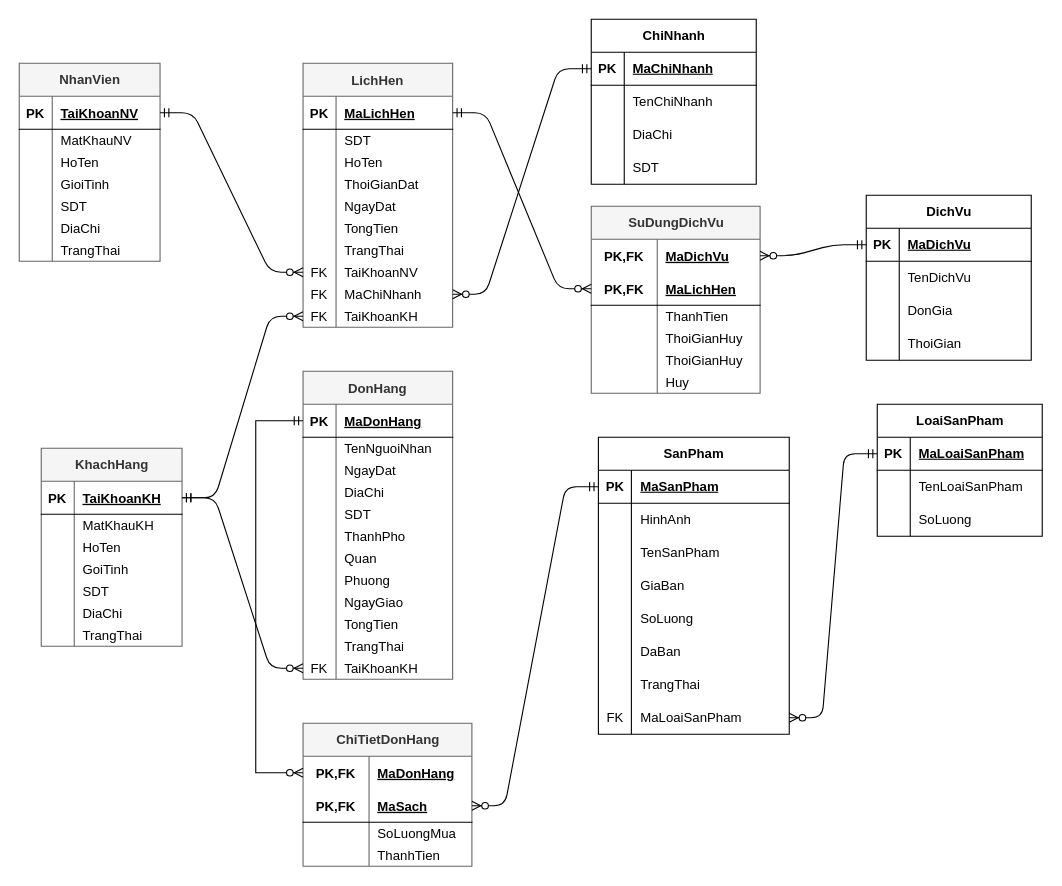
Above: ERD/ERD_Babershop.drawio in phanvandinh99/BarberShop (draw.io), before the change. Source tidied: cells renumbered, new cells numbered last; positions are measured from the earlier drawing's top-left corner, leaving out a move shared by most shapes. Both pictures are drawn from the tidied source at 110%, with x=0, y=0 at pixel (19, 19).
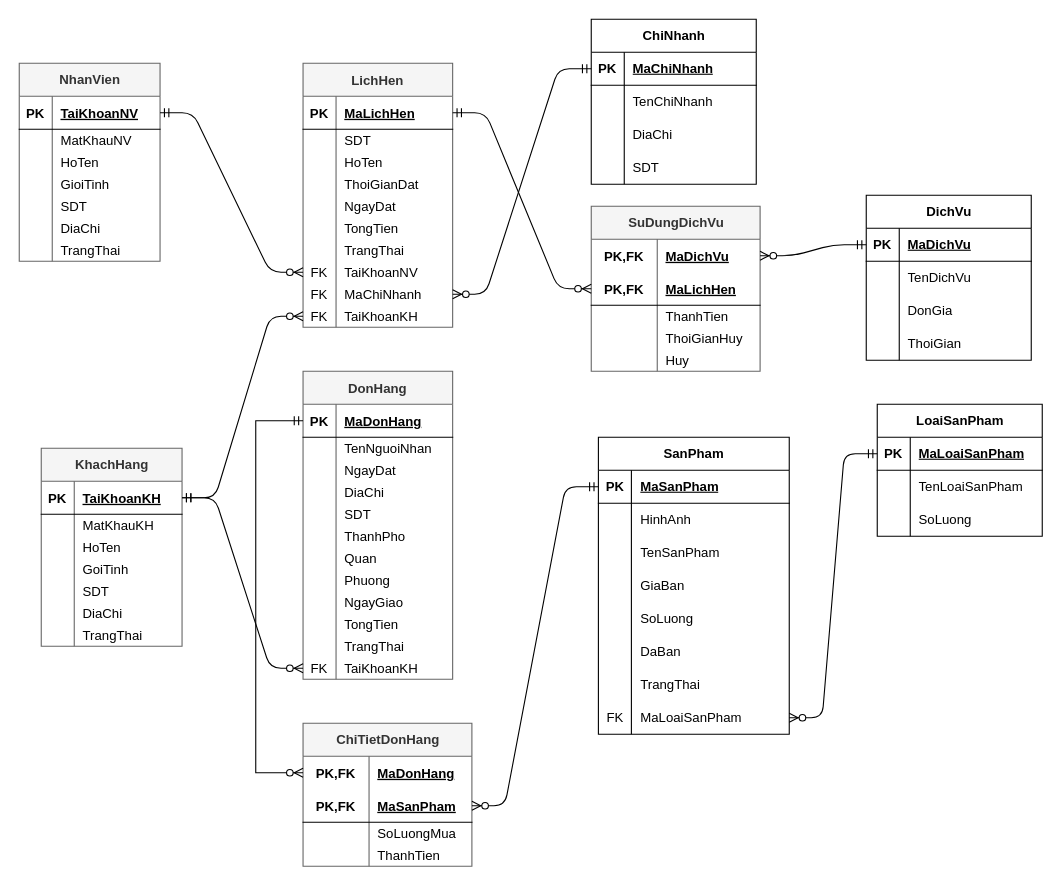
Above is the later version.

The change refers to these unchanged cells:
```xml
<mxCell id="63" style="shape=partialRectangle;fillColor=none;top=0;left=0;bottom=1;right=0;points=[[0,0.5],[1,0.5]];portConstraint=eastwest;" parent="59" vertex="1">
  <mxGeometry y="60" width="153.5" height="30" as="geometry" />
</mxCell>
```

The edit, as a diff of the source:
```diff
@@
-    <mxCell id="65" value="MaSach" style="shape=partialRectangle;fillColor=none;top=0;left=0;bottom=0;right=0;align=left;spacingLeft=6;fontStyle=5;overflow=hidden;" parent="63" vertex="1">
+    <mxCell id="65" value="MaSanPham" style="shape=partialRectangle;fillColor=none;top=0;left=0;bottom=0;right=0;align=left;spacingLeft=6;fontStyle=5;overflow=hidden;" parent="63" vertex="1">
       <mxGeometry x="60" width="93.5" height="30" as="geometry" />
     </mxCell>
@@
     <mxCell id="194" value="SuDungDichVu" style="shape=table;startSize=30;childLayout=tableLayout;rowLines=0;fontStyle=1;align=center;fillColor=#f5f5f5;html=1;strokeColor=#666666;fontColor=#333333;" parent="1" vertex="1">
-      <mxGeometry x="520" y="170" width="153.5" height="170" as="geometry" />
+      <mxGeometry x="520" y="170" width="153.5" height="150" as="geometry" />
     </mxCell>
@@
-    <mxCell id="207" style="shape=partialRectangle;fillColor=none;top=0;left=0;bottom=0;right=0;" parent="194" vertex="1">
-      <mxGeometry y="130" width="153.5" height="20" as="geometry" />
-    </mxCell>
-    <mxCell id="208" style="shape=partialRectangle;fillColor=none;top=0;left=0;bottom=0;right=0;overflow=hidden;" parent="207" vertex="1">
-      <mxGeometry width="60" height="20" as="geometry" />
-    </mxCell>
-    <mxCell id="209" value="ThoiGianHuy" style="shape=partialRectangle;fillColor=none;top=0;left=0;bottom=0;right=0;align=left;spacingLeft=6;overflow=hidden;" parent="207" vertex="1">
-      <mxGeometry x="60" width="93.5" height="20" as="geometry" />
-    </mxCell>
     <mxCell id="210" style="shape=partialRectangle;fillColor=none;top=0;left=0;bottom=0;right=0;" parent="194" vertex="1">
-      <mxGeometry y="150" width="153.5" height="20" as="geometry" />
+      <mxGeometry y="130" width="153.5" height="20" as="geometry" />
     </mxCell>
```
